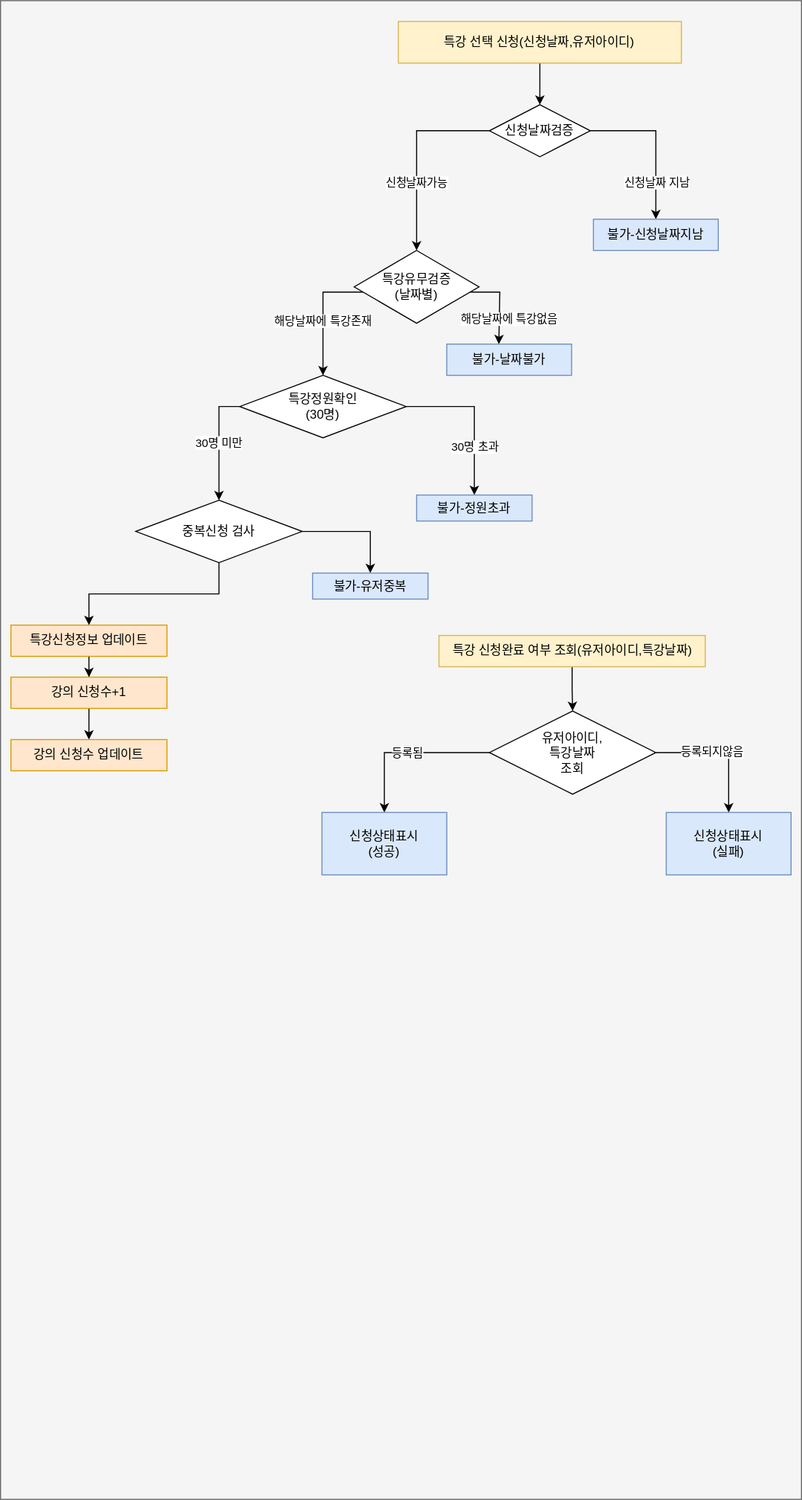
Before: src/main/java/com/tdd/speciallectureapply/document/diagram/2.service-flow.svg, a diagram exported from draw.io (kabalport/special-lecture-apply). Source tidied: cells renumbered, new cells last; positions are measured from the earlier drawing's top-left corner, leaving out a move shared by most shapes.
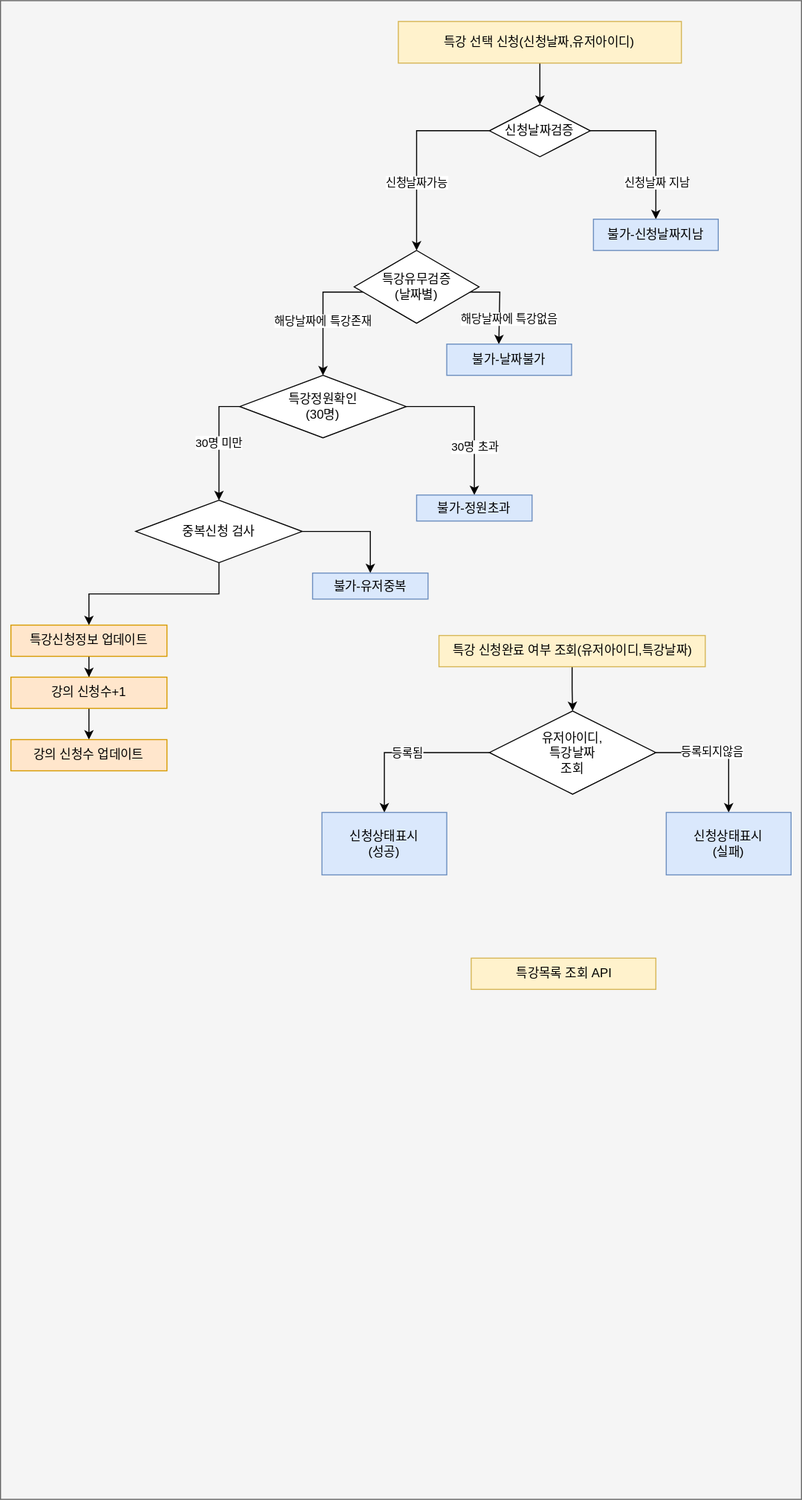
Above is the later version.

Change to the diagram source:
```diff
@@ -123,5 +123,8 @@
     <mxCell id="36" value="강의 신청수 업데이트" style="rounded=0;whiteSpace=wrap;html=1;fillColor=#ffe6cc;strokeColor=#d79b00;" parent="1" vertex="1">
       <mxGeometry x="10" y="710" width="150" height="30" as="geometry" />
     </mxCell>
+    <mxCell id="37" value="특강목록 조회 API" style="rounded=0;whiteSpace=wrap;html=1;fillColor=#fff2cc;strokeColor=#d6b656;" parent="1" vertex="1">
+      <mxGeometry x="452.5" y="920" width="177.5" height="30" as="geometry" />
+    </mxCell>
   </root>
 </mxGraphModel>
```
